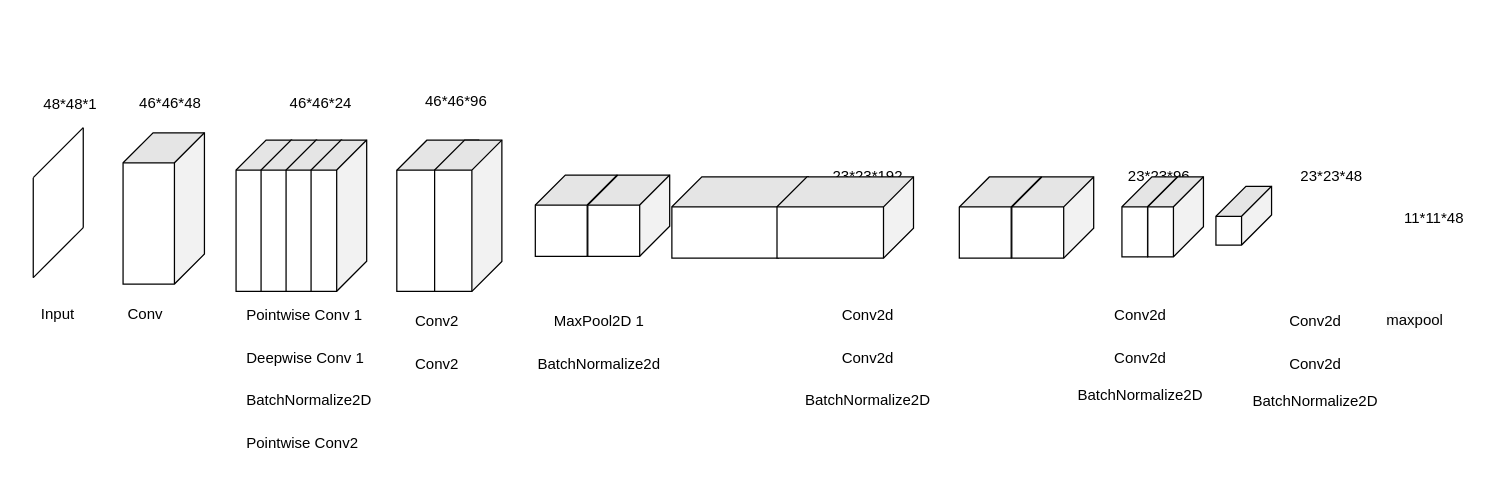
Before: facts tha3o.drawio in BienGudBoy/draws, a draw.io diagram. Source tidied: cells renumbered, new cells numbered last; positions are measured from the earlier drawing's top-left corner, leaving out a move shared by most shapes. Both pictures are drawn from the tidied source at 125%, with x=0, y=0 at pixel (20, 21).
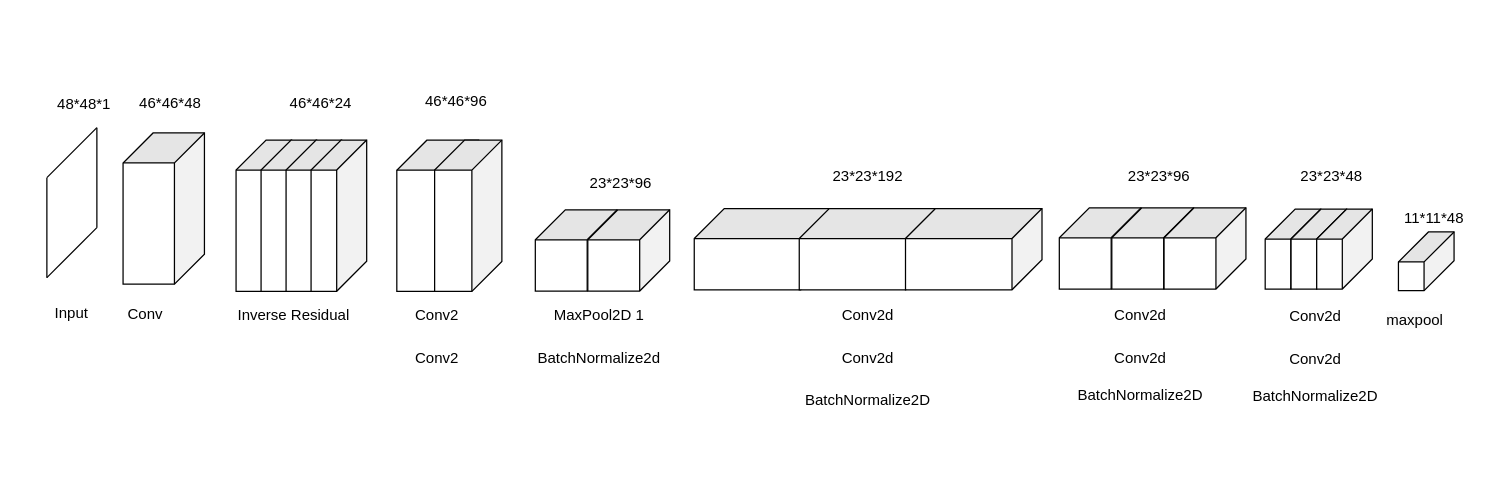
The same diagram, later.

Commit message (it also covers changes not shown here):
Cập nhật facts tha3o.drawio

Diff of the diagram source:
```diff
@@
     <mxCell id="2" style="endArrow=none;html=1;rounded=0;" parent="1" edge="1">
       <mxGeometry relative="1" as="geometry">
-        <mxPoint x="10.1" y="124.6" as="sourcePoint" />
-        <mxPoint x="50.1" y="84.6" as="targetPoint" />
+        <mxPoint x="21" y="124.6" as="sourcePoint" />
+        <mxPoint x="61" y="84.6" as="targetPoint" />
       </mxGeometry>
     </mxCell>
     <mxCell id="3" style="endArrow=none;html=1;rounded=0;" parent="1" edge="1">
       <mxGeometry relative="1" as="geometry">
-        <mxPoint x="10.1" y="204.6" as="sourcePoint" />
-        <mxPoint x="10.1" y="124.6" as="targetPoint" />
+        <mxPoint x="21" y="204.6" as="sourcePoint" />
+        <mxPoint x="21" y="124.6" as="targetPoint" />
       </mxGeometry>
     </mxCell>
     <mxCell id="4" style="endArrow=none;html=1;rounded=0;" parent="1" edge="1">
       <mxGeometry relative="1" as="geometry">
-        <mxPoint x="10.1" y="204.6" as="sourcePoint" />
-        <mxPoint x="50.1" y="164.6" as="targetPoint" />
+        <mxPoint x="21" y="204.6" as="sourcePoint" />
+        <mxPoint x="61" y="164.6" as="targetPoint" />
       </mxGeometry>
     </mxCell>
     <mxCell id="5" style="endArrow=none;html=1;rounded=0;" parent="1" edge="1">
       <mxGeometry relative="1" as="geometry">
-        <mxPoint x="50.1" y="164.6" as="sourcePoint" />
-        <mxPoint x="50.1" y="84.6" as="targetPoint" />
+        <mxPoint x="61" y="164.6" as="sourcePoint" />
+        <mxPoint x="61" y="84.6" as="targetPoint" />
       </mxGeometry>
     </mxCell>
     <mxCell id="6" value="&lt;p style=&quot;font-family: &amp;quot;YAFdJllHsUM 0&amp;quot;, _fb_, auto; --fontSize: 16px; --lineHeight: 1.4; line-height: 22px;&quot; class=&quot;cvGsUA direction-ltr align-center para-style-body&quot;&gt;&lt;span style=&quot;background-color: initial;&quot;&gt;48*48*1&lt;/span&gt;&lt;br&gt;&lt;/p&gt;" style="text;html=1;align=center;verticalAlign=middle;whiteSpace=wrap;rounded=0;" parent="1" vertex="1">
-      <mxGeometry x="10.1" y="34.6" width="60" height="60" as="geometry" />
+      <mxGeometry x="21" y="34.6" width="60" height="60" as="geometry" />
     </mxCell>
@@
     <mxCell id="16" value="&lt;p class=&quot;cvGsUA direction-ltr align-center para-style-body&quot; style=&quot;color: rgb(0, 0, 0); font-family: &amp;quot;YAFdJllHsUM 0&amp;quot;, _fb_, auto; --fontSize: 16px; --lineHeight: 1.4; text-transform: none; line-height: 22px;&quot;&gt;&lt;span style=&quot;background-color: initial;&quot;&gt;11*11*48&lt;/span&gt;&lt;br&gt;&lt;/p&gt;" style="text;whiteSpace=wrap;html=1;align=center;" parent="1" vertex="1">
-      <mxGeometry x="1091" y="127.1" width="80" height="20.6" as="geometry" />
+      <mxGeometry x="1091" y="127.2" width="80" height="20.6" as="geometry" />
     </mxCell>
-    <mxCell id="17" value="&lt;p class=&quot;cvGsUA direction-ltr align-center para-style-body&quot; style=&quot;color: rgb(0, 0, 0); font-family: &amp;quot;YAFdJllHsUM 0&amp;quot;, _fb_, auto; --fontSize: 16px; --lineHeight: 1.4; text-transform: none; line-height: 22px;&quot;&gt;&lt;span class=&quot;OYPEnA text-decoration-none text-strikethrough-none&quot; style=&quot;color: rgb(0, 0, 0); font-weight: 400; font-style: normal;&quot;&gt;Pointwise Conv 1&lt;/span&gt;&lt;span class=&quot;OYPEnA text-decoration-none text-strikethrough-none white-space-prewrap&quot; style=&quot;color: rgb(0, 0, 0); font-weight: 400; font-style: normal;&quot;&gt; &lt;/span&gt;&lt;/p&gt;&lt;p class=&quot;cvGsUA direction-ltr align-center para-style-body&quot; style=&quot;color: rgb(0, 0, 0); font-family: &amp;quot;YAFdJllHsUM 0&amp;quot;, _fb_, auto; --fontSize: 16px; --lineHeight: 1.4; text-transform: none; line-height: 22px;&quot;&gt;&lt;span style=&quot;background-color: initial;&quot;&gt;Deepwise Conv 1&lt;/span&gt;&lt;/p&gt;&lt;p style=&quot;font-family: &amp;quot;YAFdJllHsUM 0&amp;quot;, _fb_, auto; --fontSize: 16px; --lineHeight: 1.4; line-height: 22px;&quot; class=&quot;cvGsUA direction-ltr align-center para-style-body&quot;&gt;&lt;span class=&quot;OYPEnA text-decoration-none text-strikethrough-none white-space-prewrap&quot;&gt;&lt;/span&gt;&lt;/p&gt;&lt;p style=&quot;font-family: &amp;quot;YAFdJllHsUM 0&amp;quot;, _fb_, auto; --fontSize: 16px; --lineHeight: 1.4; line-height: 22px;&quot; class=&quot;cvGsUA direction-ltr align-center para-style-body&quot;&gt;&lt;span class=&quot;OYPEnA text-decoration-none text-strikethrough-none&quot;&gt;BatchNormalize2D&lt;/span&gt;&lt;/p&gt;&lt;p style=&quot;font-family: &amp;quot;YAFdJllHsUM 0&amp;quot;, _fb_, auto; --fontSize: 16px; --lineHeight: 1.4; line-height: 22px;&quot; class=&quot;cvGsUA direction-ltr align-center para-style-body&quot;&gt;&lt;span style=&quot;text-align: center; background-color: initial;&quot;&gt;Pointwise Conv2&lt;/span&gt;&lt;/p&gt;" style="text;whiteSpace=wrap;html=1;" parent="1" vertex="1">
-      <mxGeometry x="179.1" y="204.6" width="91" height="149.4" as="geometry" />
+    <mxCell id="17" value="&lt;p class=&quot;cvGsUA direction-ltr align-center para-style-body&quot; style=&quot;--fontSize: 16px; --lineHeight: 1.4; line-height: 22px;&quot;&gt;&lt;font face=&quot;YAFdJllHsUM 0, _fb_, auto&quot;&gt;Inverse Residual&lt;/font&gt;&lt;br&gt;&lt;/p&gt;" style="text;whiteSpace=wrap;html=1;" parent="1" vertex="1">
+      <mxGeometry x="172.3" y="204.6" width="122" height="54.4" as="geometry" />
     </mxCell>
@@
-    <mxCell id="19" value="&lt;p style=&quot;font-family: &amp;quot;YAFdJllHsUM 0&amp;quot;, _fb_, auto; --fontSize: 16px; --lineHeight: 1.4; line-height: 22px;&quot; class=&quot;cvGsUA direction-ltr align-center para-style-body&quot;&gt;Input&lt;/p&gt;&lt;p style=&quot;font-family: &amp;quot;YAFdJllHsUM 0&amp;quot;, _fb_, auto; --fontSize: 16px; --lineHeight: 1.4; line-height: 22px;&quot; class=&quot;cvGsUA direction-ltr align-center para-style-body&quot;&gt;&lt;br&gt;&lt;/p&gt;" style="text;html=1;align=center;verticalAlign=middle;whiteSpace=wrap;rounded=0;" parent="1" vertex="1">
-      <mxGeometry x="0.1" y="209.6" width="60" height="80" as="geometry" />
+    <mxCell id="19" value="&lt;p style=&quot;font-family: &amp;quot;YAFdJllHsUM 0&amp;quot;, _fb_, auto; --fontSize: 16px; --lineHeight: 1.4; line-height: 22px;&quot; class=&quot;cvGsUA direction-ltr align-center para-style-body&quot;&gt;&lt;br&gt;&lt;/p&gt;&lt;p style=&quot;font-family: &amp;quot;YAFdJllHsUM 0&amp;quot;, _fb_, auto; --fontSize: 16px; --lineHeight: 1.4; line-height: 22px;&quot; class=&quot;cvGsUA direction-ltr align-center para-style-body&quot;&gt;Input&lt;/p&gt;&lt;p style=&quot;font-family: &amp;quot;YAFdJllHsUM 0&amp;quot;, _fb_, auto; --fontSize: 16px; --lineHeight: 1.4; line-height: 22px;&quot; class=&quot;cvGsUA direction-ltr align-center para-style-body&quot;&gt;&lt;br&gt;&lt;/p&gt;" style="text;html=1;align=center;verticalAlign=middle;whiteSpace=wrap;rounded=0;" parent="1" vertex="1">
+      <mxGeometry x="11" y="219.8" width="60" height="24.1" as="geometry" />
     </mxCell>
     <mxCell id="20" value="&lt;p class=&quot;cvGsUA direction-ltr align-center para-style-body&quot; style=&quot;text-align: center; color: rgb(0, 0, 0); font-family: &amp;quot;YAFdJllHsUM 0&amp;quot;, _fb_, auto; --fontSize: 16px; --lineHeight: 1.4; text-transform: none; line-height: 22px;&quot;&gt;Conv2&lt;/p&gt;&lt;p class=&quot;cvGsUA direction-ltr align-center para-style-body&quot; style=&quot;text-align: center; color: rgb(0, 0, 0); font-family: &amp;quot;YAFdJllHsUM 0&amp;quot;, _fb_, auto; --fontSize: 16px; --lineHeight: 1.4; text-transform: none; line-height: 22px;&quot;&gt;Conv2&lt;/p&gt;" style="text;whiteSpace=wrap;html=1;" parent="1" vertex="1">
-      <mxGeometry x="314.1" y="209.6" width="46" height="100" as="geometry" />
+      <mxGeometry x="314.1" y="204.6" width="46" height="100" as="geometry" />
     </mxCell>
     <mxCell id="21" value="&lt;p class=&quot;cvGsUA direction-ltr align-center para-style-body&quot; style=&quot;text-align: center; color: rgb(0, 0, 0); font-family: &amp;quot;YAFdJllHsUM 0&amp;quot;, _fb_, auto; --fontSize: 16px; --lineHeight: 1.4; text-transform: none; line-height: 22px;&quot;&gt;&lt;span class=&quot;OYPEnA white-space-prewrap text-decoration-none text-strikethrough-none&quot; style=&quot;color: rgb(0, 0, 0); font-weight: 400; font-style: normal;&quot;&gt; &lt;/span&gt;&lt;span class=&quot;OYPEnA text-decoration-none text-strikethrough-none&quot; style=&quot;color: rgb(0, 0, 0); font-weight: 400; font-style: normal;&quot;&gt;MaxPool2D 1&lt;/span&gt;&lt;span class=&quot;OYPEnA text-decoration-none text-strikethrough-none white-space-prewrap&quot; style=&quot;color: rgb(0, 0, 0); font-weight: 400; font-style: normal;&quot;&gt; &lt;/span&gt;&lt;/p&gt;&lt;p class=&quot;cvGsUA direction-ltr align-center para-style-body&quot; style=&quot;text-align: center; color: rgb(0, 0, 0); font-family: &amp;quot;YAFdJllHsUM 0&amp;quot;, _fb_, auto; --fontSize: 16px; --lineHeight: 1.4; text-transform: none; line-height: 22px;&quot;&gt;&lt;span style=&quot;text-align: left;&quot;&gt;BatchNormalize2d&lt;/span&gt;&lt;br&gt;&lt;/p&gt;" style="text;whiteSpace=wrap;html=1;" parent="1" vertex="1">
-      <mxGeometry x="411.8" y="210.2" width="100" height="100" as="geometry" />
+      <mxGeometry x="411.8" y="204.6" width="100" height="100" as="geometry" />
     </mxCell>
     <mxCell id="22" value="&lt;p class=&quot;cvGsUA direction-ltr align-center para-style-body&quot; style=&quot;color: rgb(0, 0, 0); font-family: &amp;quot;YAFdJllHsUM 0&amp;quot;, _fb_, auto; --fontSize: 16px; --lineHeight: 1.4; text-transform: none; line-height: 22px;&quot;&gt;&lt;span class=&quot;OYPEnA text-decoration-none text-strikethrough-none&quot; style=&quot;color: rgb(0, 0, 0); font-weight: 400; font-style: normal;&quot;&gt;Conv2d&lt;/span&gt;&lt;/p&gt;&lt;p style=&quot;font-family: &amp;quot;YAFdJllHsUM 0&amp;quot;, _fb_, auto; --fontSize: 16px; --lineHeight: 1.4; line-height: 22px;&quot; class=&quot;cvGsUA direction-ltr align-center para-style-body&quot;&gt;&lt;span class=&quot;OYPEnA text-decoration-none text-strikethrough-none&quot;&gt;Conv2d&lt;/span&gt;&lt;/p&gt;&lt;div&gt;&lt;span class=&quot;OYPEnA text-decoration-none text-strikethrough-none&quot;&gt;&lt;p style=&quot;font-family: &amp;quot;YAFdJllHsUM 0&amp;quot;, _fb_, auto; --fontSize: 16px; --lineHeight: 1.4; line-height: 22px;&quot; class=&quot;cvGsUA direction-ltr align-center para-style-body&quot;&gt;&lt;span class=&quot;OYPEnA text-decoration-none text-strikethrough-none&quot;&gt;BatchNormalize2D&lt;/span&gt;&lt;span class=&quot;OYPEnA text-decoration-none text-strikethrough-none white-space-prewrap&quot;&gt;&lt;/span&gt;&lt;/p&gt;&lt;div&gt;&lt;span class=&quot;OYPEnA text-decoration-none text-strikethrough-none&quot;&gt;&lt;br&gt;&lt;/span&gt;&lt;/div&gt;&lt;/span&gt;&lt;/div&gt;" style="text;whiteSpace=wrap;html=1;align=center;" parent="1" vertex="1">
-      <mxGeometry x="633" y="204.6" width="90" height="100" as="geometry" />
+      <mxGeometry x="632.5" y="204.6" width="90" height="100" as="geometry" />
     </mxCell>
@@
     <mxCell id="24" value="&lt;p class=&quot;cvGsUA direction-ltr align-center para-style-body&quot; style=&quot;color: rgb(0, 0, 0); font-family: &amp;quot;YAFdJllHsUM 0&amp;quot;, _fb_, auto; --fontSize: 16px; --lineHeight: 1.4; text-transform: none; line-height: 22px;&quot;&gt;&lt;span class=&quot;OYPEnA text-decoration-none text-strikethrough-none&quot; style=&quot;color: rgb(0, 0, 0); font-weight: 400; font-style: normal;&quot;&gt;Conv2d&lt;/span&gt;&lt;/p&gt;&lt;p style=&quot;font-family: &amp;quot;YAFdJllHsUM 0&amp;quot;, _fb_, auto; --fontSize: 16px; --lineHeight: 1.4; line-height: 22px;&quot; class=&quot;cvGsUA direction-ltr align-center para-style-body&quot;&gt;&lt;span class=&quot;OYPEnA text-decoration-none text-strikethrough-none&quot;&gt;Conv2d&lt;/span&gt;&lt;/p&gt;&lt;div&gt;&lt;span class=&quot;OYPEnA text-decoration-none text-strikethrough-none&quot;&gt;&lt;span style=&quot;font-family: &amp;quot;YAFdJllHsUM 0&amp;quot;, _fb_, auto;&quot;&gt;BatchNormalize2D&lt;/span&gt;&lt;br&gt;&lt;/span&gt;&lt;/div&gt;" style="text;whiteSpace=wrap;html=1;align=center;" parent="1" vertex="1">
-      <mxGeometry x="995.6" y="210.2" width="80" height="146.5" as="geometry" />
+      <mxGeometry x="995.6" y="206.1" width="80" height="146.5" as="geometry" />
     </mxCell>
@@
     <mxCell id="26" style="shape=cube;whiteSpace=wrap;html=1;boundedLbl=1;backgroundOutline=1;darkOpacity=0.05;darkOpacity2=0.1;size=24;rotation=90;" parent="1" vertex="1">
-      <mxGeometry x="54" y="116.7" width="121" height="65.1" as="geometry" />
+      <mxGeometry x="54" y="116.8" width="121" height="65.1" as="geometry" />
     </mxCell>
@@
+    <mxCell id="48" style="shape=cube;whiteSpace=wrap;html=1;boundedLbl=1;backgroundOutline=1;darkOpacity=0.05;darkOpacity2=0.1;size=24;rotation=90;" parent="1" vertex="1">
+      <mxGeometry x="561" y="127.2" width="65" height="109.2" as="geometry" />
+    </mxCell>
+    <mxCell id="49" style="shape=cube;whiteSpace=wrap;html=1;boundedLbl=1;backgroundOutline=1;darkOpacity=0.05;darkOpacity2=0.1;size=24;rotation=90;" parent="1" vertex="1">
+      <mxGeometry x="645" y="127.2" width="65" height="109.2" as="geometry" />
+    </mxCell>
+    <mxCell id="50" style="shape=cube;whiteSpace=wrap;html=1;boundedLbl=1;backgroundOutline=1;darkOpacity=0.05;darkOpacity2=0.1;size=24;rotation=90;" parent="1" vertex="1">
+      <mxGeometry x="730" y="127.2" width="65" height="109.2" as="geometry" />
+    </mxCell>
     <mxCell id="34" style="group;" parent="1" vertex="1">
-      <mxGeometry x="751" y="124" width="149.2" height="65" as="geometry" />
+      <mxGeometry x="831" y="148.7" width="149.2" height="65" as="geometry" />
     </mxCell>
@@
+    <mxCell id="51" style="shape=cube;whiteSpace=wrap;html=1;boundedLbl=1;backgroundOutline=1;darkOpacity=0.05;darkOpacity2=0.1;size=24;rotation=90;" parent="34" vertex="1">
+      <mxGeometry x="84" y="-0.2" width="65" height="65.5" as="geometry" />
+    </mxCell>
     <mxCell id="37" style="group;" parent="1" vertex="1">
-      <mxGeometry x="881" y="124" width="85.8" height="64" as="geometry" />
+      <mxGeometry x="995.6" y="149.8" width="85.8" height="64" as="geometry" />
     </mxCell>
@@
+    <mxCell id="52" style="shape=cube;whiteSpace=wrap;html=1;boundedLbl=1;backgroundOutline=1;darkOpacity=0.05;darkOpacity2=0.1;size=24;rotation=90;" parent="37" vertex="1">
+      <mxGeometry x="31.5" y="9.7" width="64" height="44.5" as="geometry" />
+    </mxCell>
     <mxCell id="40" style="shape=cube;whiteSpace=wrap;html=1;boundedLbl=1;backgroundOutline=1;darkOpacity=0.05;darkOpacity2=0.1;size=24;rotation=90;" parent="1" vertex="1">
-      <mxGeometry x="955" y="132.8" width="47" height="44.5" as="geometry" />
+      <mxGeometry x="1101" y="169.3" width="47" height="44.5" as="geometry" />
     </mxCell>
     <mxCell id="41" style="group;" parent="1" vertex="1">
-      <mxGeometry x="411.8" y="122.5" width="107.4" height="65" as="geometry" />
+      <mxGeometry x="411.8" y="150.3" width="107.4" height="65" as="geometry" />
     </mxCell>
@@
-    <mxCell id="47" style="group;" parent="1" vertex="1">
-      <mxGeometry x="521" y="124" width="193.3" height="65" as="geometry" />
-    </mxCell>
-    <mxCell id="48" style="shape=cube;whiteSpace=wrap;html=1;boundedLbl=1;backgroundOutline=1;darkOpacity=0.05;darkOpacity2=0.1;size=24;rotation=90;" parent="47" vertex="1">
-      <mxGeometry x="22.1" y="-22.1" width="65" height="109.2" as="geometry" />
-    </mxCell>
-    <mxCell id="49" style="shape=cube;whiteSpace=wrap;html=1;boundedLbl=1;backgroundOutline=1;darkOpacity=0.05;darkOpacity2=0.1;size=24;rotation=90;" parent="47" vertex="1">
-      <mxGeometry x="106.2" y="-22.1" width="65" height="109.2" as="geometry" />
-    </mxCell>
```
